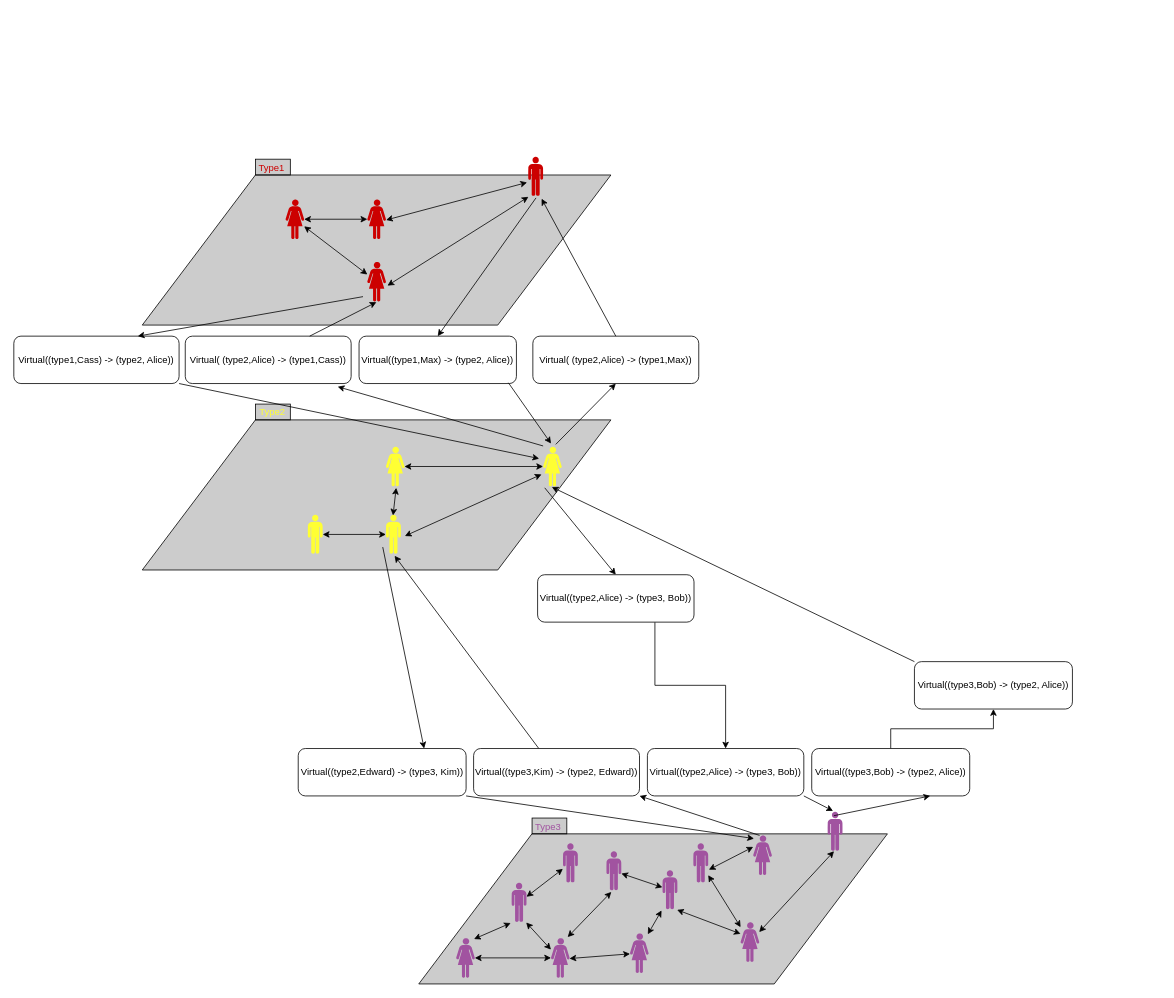
Before: docs/images/temporalInteractions.drawio in josura/c2c-sepia, a draw.io diagram. Source tidied: cells renumbered, new cells numbered last; positions are measured from the earlier drawing's top-left corner, leaving out a move shared by most shapes. Both pictures are drawn from the tidied source at 79%, with x=0, y=0 at pixel (13, 156).
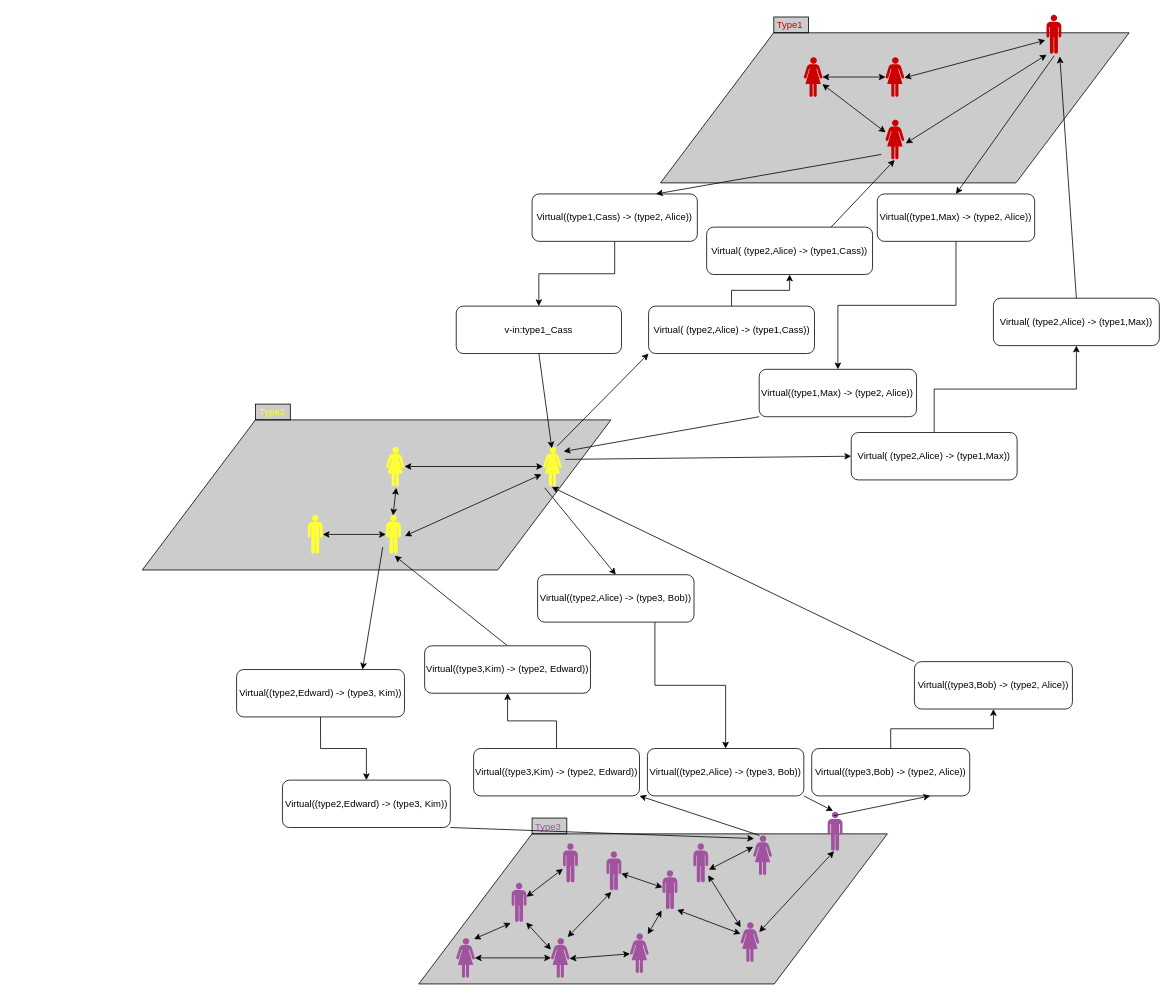
The same page after the edit.

The change refers to these unchanged cells:
```xml
<mxCell id="13" style="verticalLabelPosition=bottom;sketch=0;html=1;fillColor=#FFFF33;verticalAlign=top;align=center;shape=mxgraph.cisco_safe.design.actor_1;" parent="1" vertex="1">
  <mxGeometry x="670" y="368" width="23.5" height="50" as="geometry" />
</mxCell>
<mxCell id="29" style="verticalLabelPosition=bottom;sketch=0;html=1;fillColor=#A153A0;verticalAlign=top;align=center;shape=mxgraph.cisco_safe.design.actor_1;" parent="1" vertex="1">
  <mxGeometry x="936" y="860" width="23.5" height="50" as="geometry" />
</mxCell>
<mxCell id="32" style="verticalLabelPosition=bottom;sketch=0;html=1;fillColor=#FFFF33;verticalAlign=top;align=center;shape=mxgraph.cisco_safe.design.actor_2;" parent="1" vertex="1">
  <mxGeometry x="471" y="454" width="19" height="50" as="geometry" />
</mxCell>
<mxCell id="67" value="Virtual((type3,Kim) -&amp;gt; (type2, Edward))" style="rounded=1;whiteSpace=wrap;html=1;" parent="1" vertex="1">
  <mxGeometry x="582" y="750" width="210" height="60" as="geometry" />
</mxCell>
```

What changed in the source:
```diff
@@
     <mxCell id="3" style="rounded=0;whiteSpace=wrap;html=1;fillColor=#000000;fillOpacity=20;" parent="1" vertex="1">
-      <mxGeometry x="306" y="4" width="44" height="20" as="geometry" />
+      <mxGeometry x="962" y="-176" width="44" height="20" as="geometry" />
     </mxCell>
@@
     <mxCell id="5" style="shape=parallelogram;perimeter=parallelogramPerimeter;whiteSpace=wrap;html=1;fixedSize=1;size=143.25;fillColor=#000000;fillOpacity=20;" parent="1" vertex="1">
-      <mxGeometry x="162.6" y="24" width="593.2" height="190" as="geometry" />
+      <mxGeometry x="818.6" y="-156" width="593.2" height="190" as="geometry" />
     </mxCell>
@@
     <mxCell id="11" style="verticalLabelPosition=bottom;sketch=0;html=1;fillColor=#CC0000;verticalAlign=top;align=center;shape=mxgraph.cisco_safe.design.actor_2;" parent="1" vertex="1">
-      <mxGeometry x="651" y="1" width="19" height="50" as="geometry" />
+      <mxGeometry x="1307" y="-179" width="19" height="50" as="geometry" />
     </mxCell>
@@
     <mxCell id="34" style="verticalLabelPosition=bottom;sketch=0;html=1;fillColor=#CC0000;verticalAlign=top;align=center;shape=mxgraph.cisco_safe.design.actor_1;" parent="1" vertex="1">
-      <mxGeometry x="447.5" y="55" width="23.5" height="50" as="geometry" />
+      <mxGeometry x="1103.5" y="-125" width="23.5" height="50" as="geometry" />
     </mxCell>
@@
     <mxCell id="39" value="&lt;font color=&quot;#cc0000&quot;&gt;Type1&lt;/font&gt;" style="text;html=1;align=center;verticalAlign=middle;strokeColor=none;fillColor=none;" parent="1" vertex="1">
-      <mxGeometry x="296" width="60" height="30" as="geometry" />
+      <mxGeometry x="952" y="-180" width="60" height="30" as="geometry" />
     </mxCell>
@@
     <mxCell id="47" style="verticalLabelPosition=bottom;sketch=0;html=1;fillColor=#CC0000;verticalAlign=top;align=center;shape=mxgraph.cisco_safe.design.actor_1;" parent="1" vertex="1">
-      <mxGeometry x="344" y="55" width="23.5" height="50" as="geometry" />
+      <mxGeometry x="1000" y="-125" width="23.5" height="50" as="geometry" />
     </mxCell>
     <mxCell id="48" style="verticalLabelPosition=bottom;sketch=0;html=1;fillColor=#CC0000;verticalAlign=top;align=center;shape=mxgraph.cisco_safe.design.actor_1;" parent="1" vertex="1">
-      <mxGeometry x="447.5" y="134" width="23.5" height="50" as="geometry" />
+      <mxGeometry x="1103.5" y="-46" width="23.5" height="50" as="geometry" />
     </mxCell>
@@
-    <mxCell id="53" style="rounded=0;jettySize=auto;html=1;entryX=0.579;entryY=1.04;entryDx=0;entryDy=0;entryPerimeter=0;" parent="1" edge="1" source="67" target="32">
+    <mxCell id="53" style="rounded=0;jettySize=auto;html=1;entryX=0.579;entryY=1.04;entryDx=0;entryDy=0;entryPerimeter=0;exitX=0.5;exitY=0;exitDx=0;exitDy=0;" parent="1" edge="1" source="84" target="32">
       <mxGeometry relative="1" as="geometry" />
     </mxCell>
@@
-    <mxCell id="57" style="rounded=0;jettySize=auto;html=1;exitX=1;exitY=1;exitDx=0;exitDy=0;entryX=0.043;entryY=0.08;entryDx=0;entryDy=0;entryPerimeter=0;endArrow=classic;endFill=1;startArrow=none;startFill=0;" parent="1" edge="1" source="68" target="29">
+    <mxCell id="57" style="rounded=0;jettySize=auto;html=1;exitX=1;exitY=1;exitDx=0;exitDy=0;entryX=0.043;entryY=0.08;entryDx=0;entryDy=0;entryPerimeter=0;endArrow=classic;endFill=1;startArrow=none;startFill=0;" parent="1" edge="1" source="85" target="29">
       <mxGeometry relative="1" as="geometry" />
     </mxCell>
@@
+    <mxCell id="78" style="edgeStyle=orthogonalEdgeStyle;rounded=0;jettySize=auto;html=1;exitX=0.5;exitY=0;exitDx=0;exitDy=0;" parent="1" edge="1" source="61" target="89">
+      <mxGeometry relative="1" as="geometry" />
+    </mxCell>
     <mxCell id="61" value="Virtual( (type2,Alice) -&amp;gt; (type1,Max))" style="rounded=1;whiteSpace=wrap;html=1;" parent="1" vertex="1">
-      <mxGeometry x="657" y="228" width="210" height="60" as="geometry" />
+      <mxGeometry x="1060" y="350" width="210" height="60" as="geometry" />
     </mxCell>
+    <mxCell id="79" style="edgeStyle=orthogonalEdgeStyle;rounded=0;jettySize=auto;html=1;exitX=0.5;exitY=1;exitDx=0;exitDy=0;" parent="1" edge="1" source="62" target="88">
+      <mxGeometry relative="1" as="geometry" />
+    </mxCell>
     <mxCell id="62" value="Virtual((type1,Max) -&amp;gt; (type2, Alice))" style="rounded=1;whiteSpace=wrap;html=1;" parent="1" vertex="1">
-      <mxGeometry x="437" y="228" width="199.2" height="60" as="geometry" />
+      <mxGeometry x="1093" y="48" width="199.2" height="60" as="geometry" />
     </mxCell>
-    <mxCell id="63" style="rounded=0;jettySize=auto;html=1;exitX=0.5;exitY=0;exitDx=0;exitDy=0;entryX=0.895;entryY=1.06;entryDx=0;entryDy=0;entryPerimeter=0;" parent="1" edge="1" source="61" target="11">
+    <mxCell id="63" style="rounded=0;jettySize=auto;html=1;exitX=0.5;exitY=0;exitDx=0;exitDy=0;entryX=0.895;entryY=1.06;entryDx=0;entryDy=0;entryPerimeter=0;" parent="1" edge="1" source="89" target="11">
       <mxGeometry relative="1" as="geometry" />
     </mxCell>
-    <mxCell id="64" style="rounded=0;jettySize=auto;html=1;exitX=0.949;exitY=0.983;exitDx=0;exitDy=0;entryX=0.426;entryY=-0.08;entryDx=0;entryDy=0;entryPerimeter=0;exitPerimeter=0;" parent="1" edge="1" source="62" target="13">
+    <mxCell id="64" style="rounded=0;jettySize=auto;html=1;exitX=0;exitY=1;exitDx=0;exitDy=0;entryX=1.106;entryY=0.12;entryDx=0;entryDy=0;entryPerimeter=0;" parent="1" edge="1" source="88" target="13">
       <mxGeometry relative="1" as="geometry" />
     </mxCell>
-    <mxCell id="65" style="rounded=0;jettySize=auto;html=1;exitX=0.681;exitY=-0.06;exitDx=0;exitDy=0;entryX=0.5;entryY=1;entryDx=0;entryDy=0;exitPerimeter=0;" parent="1" edge="1" source="13" target="61">
+    <mxCell id="65" style="rounded=0;jettySize=auto;html=1;exitX=1.191;exitY=0.32;exitDx=0;exitDy=0;entryX=0;entryY=0.5;entryDx=0;entryDy=0;exitPerimeter=0;" parent="1" edge="1" source="13" target="61">
       <mxGeometry relative="1" as="geometry" />
     </mxCell>
@@
+    <mxCell id="80" style="edgeStyle=orthogonalEdgeStyle;rounded=0;jettySize=auto;html=1;exitX=0.5;exitY=0;exitDx=0;exitDy=0;" parent="1" edge="1" source="67" target="84">
+      <mxGeometry relative="1" as="geometry" />
+    </mxCell>
@@
+    <mxCell id="81" style="edgeStyle=orthogonalEdgeStyle;rounded=0;jettySize=auto;html=1;exitX=0.5;exitY=1;exitDx=0;exitDy=0;" parent="1" edge="1" source="68" target="85">
+      <mxGeometry relative="1" as="geometry" />
+    </mxCell>
     <mxCell id="68" value="Virtual((type2,Edward) -&amp;gt; (type3, Kim))" style="rounded=1;whiteSpace=wrap;html=1;" parent="1" vertex="1">
-      <mxGeometry x="360" y="750" width="212.5" height="60" as="geometry" />
+      <mxGeometry x="282" y="650" width="212.5" height="60" as="geometry" />
     </mxCell>
+    <mxCell id="82" style="edgeStyle=orthogonalEdgeStyle;rounded=0;jettySize=auto;html=1;exitX=0.5;exitY=0;exitDx=0;exitDy=0;entryX=0.5;entryY=1;entryDx=0;entryDy=0;" parent="1" edge="1" source="69" target="87">
+      <mxGeometry relative="1" as="geometry" />
+    </mxCell>
     <mxCell id="69" value="Virtual( (type2,Alice) -&amp;gt; (type1,Cass))" style="rounded=1;whiteSpace=wrap;html=1;" parent="1" vertex="1">
-      <mxGeometry x="217" y="228" width="210" height="60" as="geometry" />
+      <mxGeometry x="803.5" y="190" width="210" height="60" as="geometry" />
     </mxCell>
+    <mxCell id="83" style="edgeStyle=orthogonalEdgeStyle;rounded=0;jettySize=auto;html=1;exitX=0.5;exitY=1;exitDx=0;exitDy=0;" parent="1" edge="1" source="70" target="86">
+      <mxGeometry relative="1" as="geometry" />
+    </mxCell>
     <mxCell id="70" value="Virtual((type1,Cass) -&amp;gt; (type2, Alice))" style="rounded=1;whiteSpace=wrap;html=1;" parent="1" vertex="1">
-      <mxGeometry y="228" width="209.2" height="60" as="geometry" />
+      <mxGeometry x="656" y="48" width="209.2" height="60" as="geometry" />
     </mxCell>
-    <mxCell id="71" style="rounded=0;jettySize=auto;html=1;exitX=0;exitY=-0.02;exitDx=0;exitDy=0;entryX=0.919;entryY=1.067;entryDx=0;entryDy=0;exitPerimeter=0;entryPerimeter=0;" parent="1" edge="1" source="13" target="69">
+    <mxCell id="71" style="rounded=0;jettySize=auto;html=1;exitX=0.766;exitY=-0.02;exitDx=0;exitDy=0;entryX=0;entryY=1;entryDx=0;entryDy=0;exitPerimeter=0;" parent="1" edge="1" source="13" target="69">
       <mxGeometry relative="1" as="geometry" />
     </mxCell>
-    <mxCell id="72" style="rounded=0;jettySize=auto;html=1;exitX=0.75;exitY=0;exitDx=0;exitDy=0;entryX=0.489;entryY=1.02;entryDx=0;entryDy=0;entryPerimeter=0;" parent="1" edge="1" source="69" target="48">
+    <mxCell id="72" style="rounded=0;jettySize=auto;html=1;exitX=0.75;exitY=0;exitDx=0;exitDy=0;entryX=0.489;entryY=1.02;entryDx=0;entryDy=0;entryPerimeter=0;" parent="1" edge="1" source="87" target="48">
       <mxGeometry relative="1" as="geometry" />
     </mxCell>
@@
-    <mxCell id="74" style="rounded=0;jettySize=auto;html=1;exitX=1;exitY=1;exitDx=0;exitDy=0;entryX=-0.213;entryY=0.3;entryDx=0;entryDy=0;entryPerimeter=0;" parent="1" edge="1" source="70" target="13">
+    <mxCell id="74" style="rounded=0;jettySize=auto;html=1;exitX=0.5;exitY=1;exitDx=0;exitDy=0;entryX=0.468;entryY=0.04;entryDx=0;entryDy=0;entryPerimeter=0;" parent="1" edge="1" source="86" target="13">
       <mxGeometry relative="1" as="geometry" />
     </mxCell>
@@
+    <mxCell id="84" value="Virtual((type3,Kim) -&amp;gt; (type2, Edward))" style="rounded=1;whiteSpace=wrap;html=1;" parent="1" vertex="1">
+      <mxGeometry x="520" y="620" width="210" height="60" as="geometry" />
+    </mxCell>
+    <mxCell id="85" value="Virtual((type2,Edward) -&amp;gt; (type3, Kim))" style="rounded=1;whiteSpace=wrap;html=1;" parent="1" vertex="1">
+      <mxGeometry x="340" y="790" width="212.5" height="60" as="geometry" />
+    </mxCell>
+    <mxCell id="86" value="v-in:type1_Cass" style="rounded=1;whiteSpace=wrap;html=1;" parent="1" vertex="1">
+      <mxGeometry x="560" y="190" width="209.2" height="60" as="geometry" />
+    </mxCell>
+    <mxCell id="87" value="Virtual( (type2,Alice) -&amp;gt; (type1,Cass))" style="rounded=1;whiteSpace=wrap;html=1;" parent="1" vertex="1">
+      <mxGeometry x="877" y="90" width="210" height="60" as="geometry" />
+    </mxCell>
+    <mxCell id="88" value="Virtual((type1,Max) -&amp;gt; (type2, Alice))" style="rounded=1;whiteSpace=wrap;html=1;" parent="1" vertex="1">
+      <mxGeometry x="943.5" y="270" width="199.2" height="60" as="geometry" />
+    </mxCell>
+    <mxCell id="89" value="Virtual( (type2,Alice) -&amp;gt; (type1,Max))" style="rounded=1;whiteSpace=wrap;html=1;" parent="1" vertex="1">
+      <mxGeometry x="1240" y="180" width="210" height="60" as="geometry" />
+    </mxCell>
```
